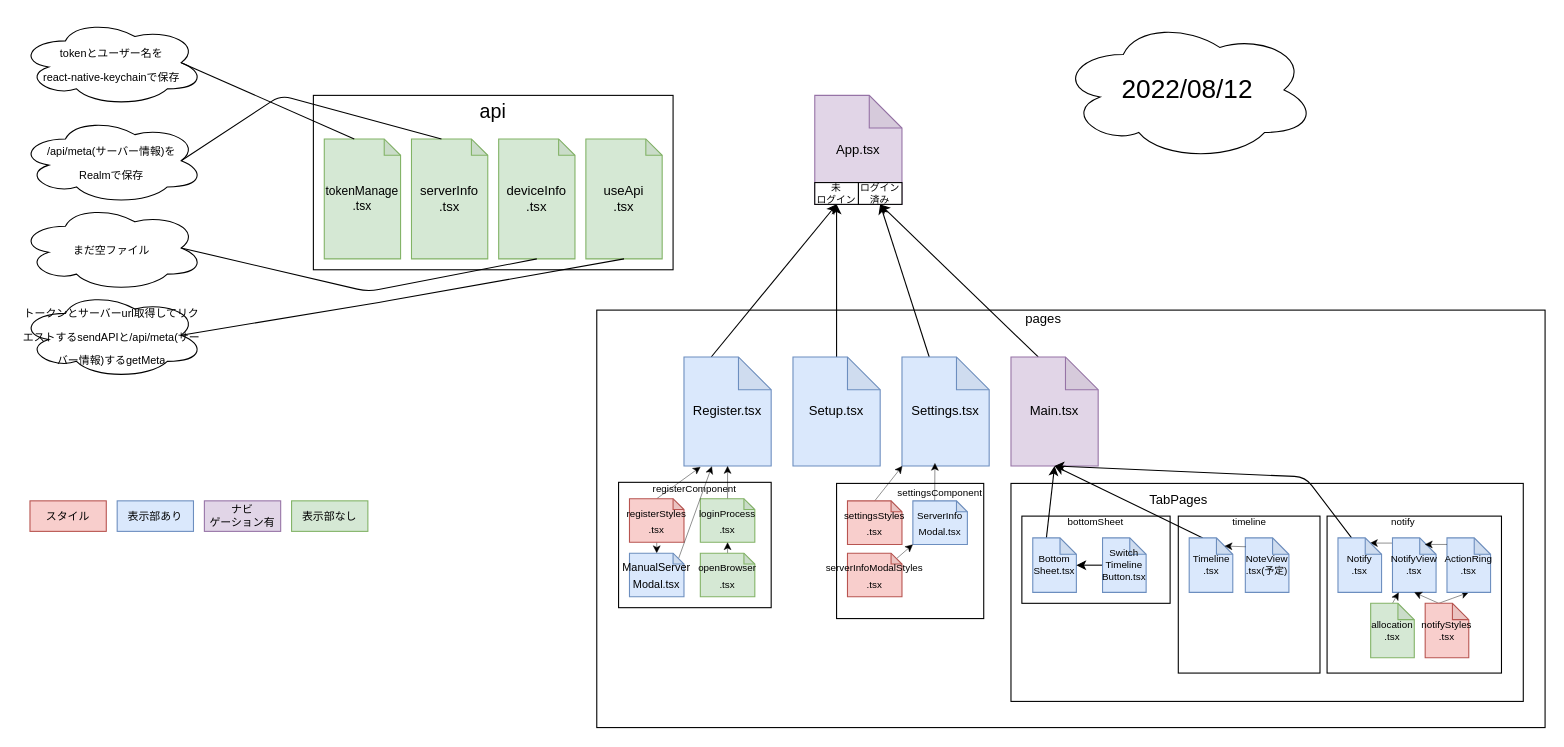
0-a-e/Pingheng keeps this draw.io diagram as structure.drawio. Above is the earlier version. Source tidied: cells renumbered, new cells numbered last; positions are measured from the earlier drawing's top-left corner, leaving out a move shared by most shapes. Both pictures are drawn from the tidied source at 109%, with x=0, y=0 at pixel (19, 19).
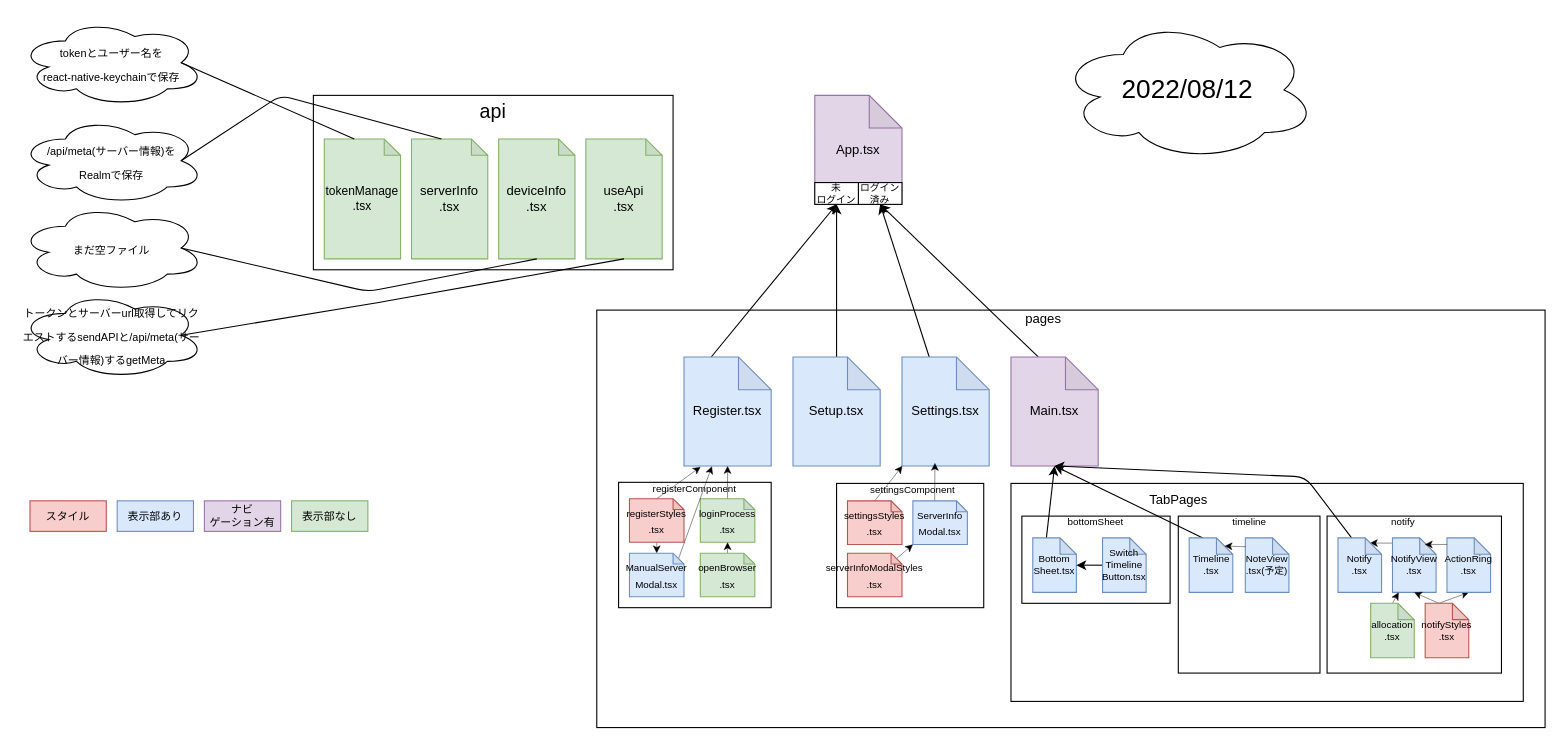
The same diagram, later.

Change to the diagram source:
```diff
@@
     <mxCell id="9" style="rounded=0;whiteSpace=wrap;html=1;" parent="1" vertex="1">
-      <mxGeometry x="750" y="426" width="135" height="124" as="geometry" />
+      <mxGeometry x="750" y="426" width="135" height="114" as="geometry" />
     </mxCell>
@@
     <mxCell id="12" value="&lt;font style=&quot;font-size: 9px&quot;&gt;settingsComponent&lt;/font&gt;" style="text;html=1;strokeColor=none;fillColor=none;align=center;verticalAlign=middle;whiteSpace=wrap;rounded=0;" parent="1" vertex="1">
-      <mxGeometry x="815" y="418" width="60" height="32" as="geometry" />
+      <mxGeometry x="790" y="415" width="60" height="32" as="geometry" />
     </mxCell>
@@
-    <mxCell id="75" value="&lt;font size=&quot;1&quot;&gt;ManualServer&lt;br&gt;Modal.tsx&lt;br&gt;&lt;/font&gt;" style="shape=note;whiteSpace=wrap;html=1;backgroundOutline=1;darkOpacity=0.05;size=10;fillColor=#dae8fc;strokeColor=#6c8ebf;" parent="1" vertex="1">
+    <mxCell id="75" value="&lt;font style=&quot;font-size: 9px&quot;&gt;ManualServer&lt;br&gt;Modal.tsx&lt;br&gt;&lt;/font&gt;" style="shape=note;whiteSpace=wrap;html=1;backgroundOutline=1;darkOpacity=0.05;size=10;fillColor=#dae8fc;strokeColor=#6c8ebf;" parent="1" vertex="1">
       <mxGeometry x="560" y="490" width="50" height="40" as="geometry" />
     </mxCell>
```
